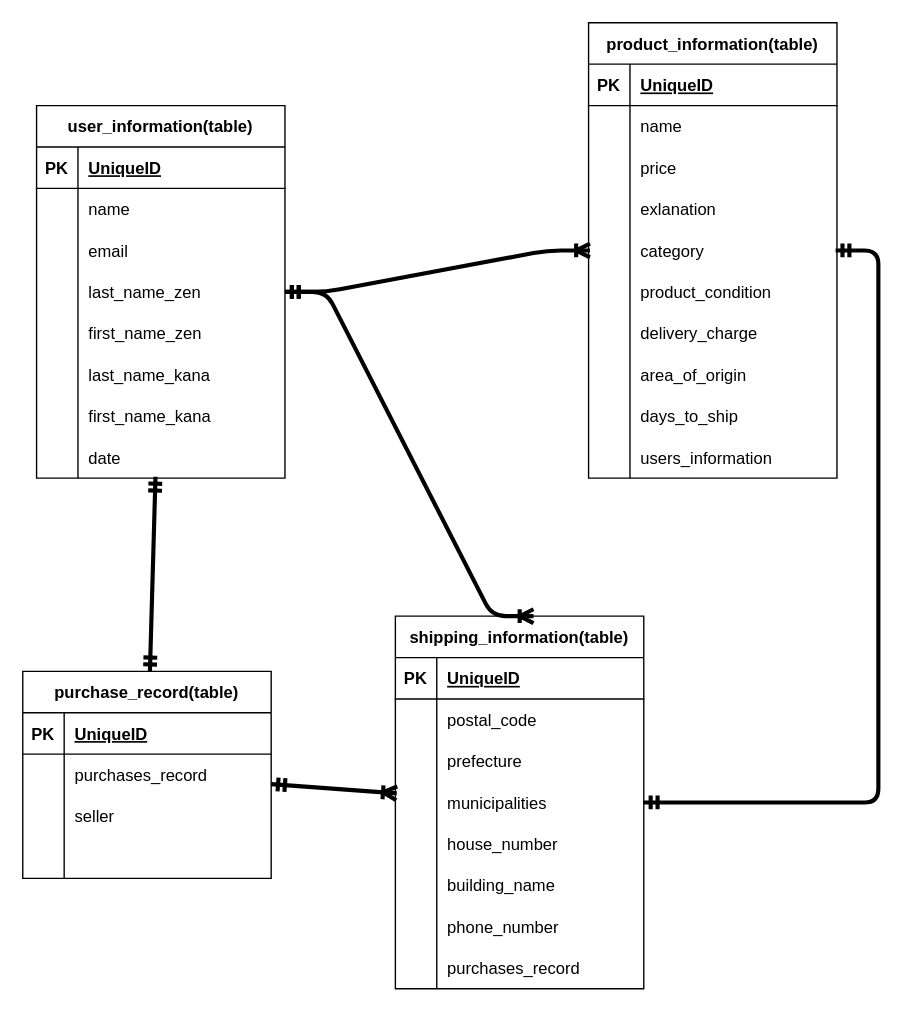
nemuo1208/furima-40138 keeps this draw.io diagram as furima.dio. Above is the earlier version. Source tidied: cells renumbered, new cells numbered last; positions are measured from the earlier drawing's top-left corner, leaving out a move shared by most shapes. Both pictures are drawn from the tidied source at 138%, with x=0, y=0 at pixel (22, 22).
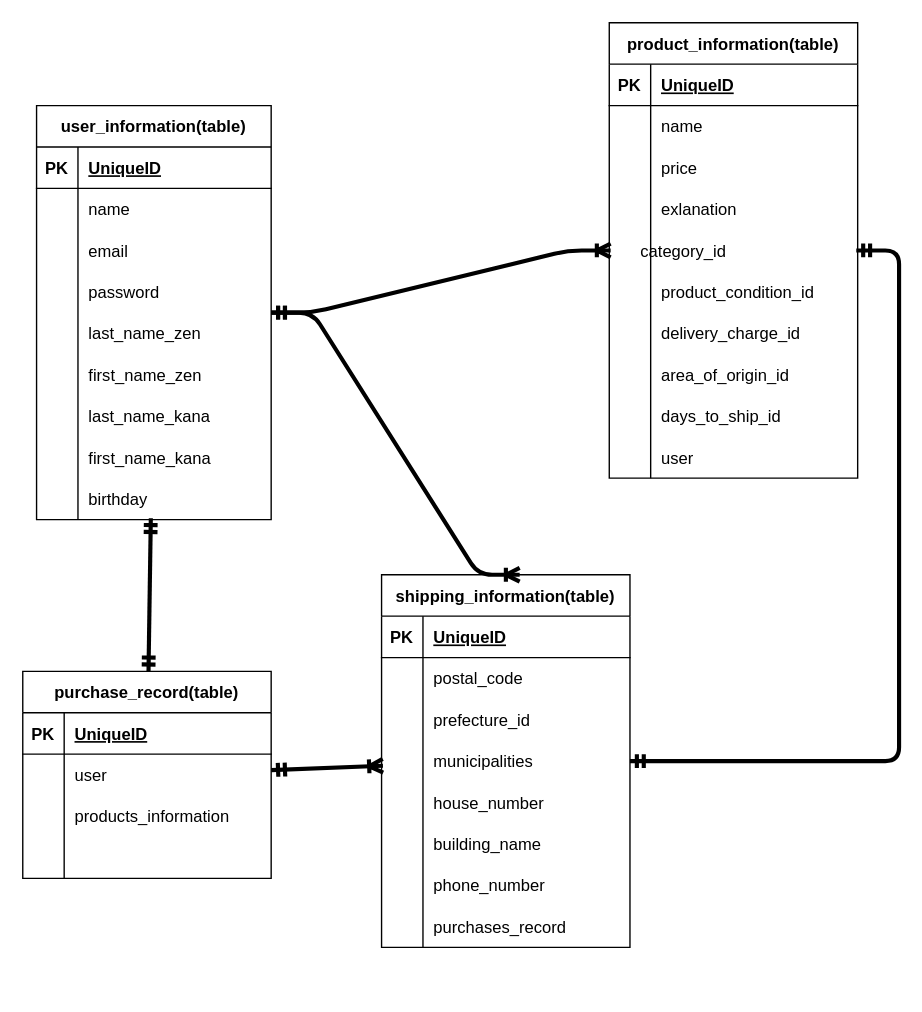
Above is the later version.

Commit message (it also covers changes not shown here):
データーベース5

The change refers to these unchanged cells:
```xml
<mxCell id="43" style="shape=tableRow;horizontal=0;startSize=0;swimlaneHead=0;swimlaneBody=0;fillColor=none;top=0;left=0;right=0;bottom=0;" parent="27" vertex="1">
  <mxGeometry y="180" width="180" height="30" as="geometry" />
</mxCell>
<mxCell id="46" style="shape=tableRow;horizontal=0;startSize=0;swimlaneHead=0;swimlaneBody=0;fillColor=none;top=0;left=0;right=0;bottom=0;" parent="27" vertex="1">
  <mxGeometry y="210" width="180" height="30" as="geometry" />
</mxCell>
<mxCell id="49" style="shape=tableRow;horizontal=0;startSize=0;swimlaneHead=0;swimlaneBody=0;fillColor=none;top=0;left=0;right=0;bottom=0;" parent="27" vertex="1">
  <mxGeometry y="240" width="180" height="30" as="geometry" />
</mxCell>
<mxCell id="52" style="shape=tableRow;horizontal=0;startSize=0;swimlaneHead=0;swimlaneBody=0;fillColor=none;top=0;left=0;right=0;bottom=0;" parent="27" vertex="1">
  <mxGeometry y="270" width="180" height="30" as="geometry" />
</mxCell>
<mxCell id="55" style="shape=tableRow;horizontal=0;startSize=0;swimlaneHead=0;swimlaneBody=0;fillColor=none;top=0;left=0;right=0;bottom=0;" parent="27" vertex="1">
  <mxGeometry y="300" width="180" height="30" as="geometry" />
</mxCell>
<mxCell id="62" style="shape=tableRow;horizontal=0;startSize=0;swimlaneHead=0;swimlaneBody=0;fillColor=none;top=0;left=0;right=0;bottom=0;" parent="58" vertex="1">
  <mxGeometry y="60" width="180" height="30" as="geometry" />
</mxCell>
<mxCell id="65" style="shape=tableRow;horizontal=0;startSize=0;swimlaneHead=0;swimlaneBody=0;fillColor=none;top=0;left=0;right=0;bottom=0;" parent="58" vertex="1">
  <mxGeometry y="90" width="180" height="30" as="geometry" />
</mxCell>
<mxCell id="78" style="shape=tableRow;horizontal=0;startSize=0;swimlaneHead=0;swimlaneBody=0;fillColor=none;top=0;left=0;right=0;bottom=0;" parent="71" vertex="1">
  <mxGeometry y="90" width="180" height="30" as="geometry" />
</mxCell>
```

What changed in the source:
```diff
@@
     <mxCell id="2" value="user_information(table)" style="shape=table;startSize=30;childLayout=tableLayout;rowLines=0;fontStyle=1;align=center;verticalAlign=middle;" parent="1" vertex="1">
-      <mxGeometry x="10" y="60" width="180" height="270" as="geometry" />
+      <mxGeometry x="10" y="60" width="170" height="300" as="geometry" />
     </mxCell>
     <mxCell id="3" style="shape=tableRow;horizontal=0;startSize=0;swimlaneHead=0;swimlaneBody=0;fillColor=none;top=0;left=0;right=0;bottom=1;" parent="2" vertex="1">
-      <mxGeometry y="30" width="180" height="30" as="geometry" />
+      <mxGeometry y="30" width="170" height="30" as="geometry" />
     </mxCell>
@@
     <mxCell id="5" value="UniqueID" style="shape=partialRectangle;fillColor=none;top=0;left=0;bottom=0;right=0;align=left;spacingLeft=6;fontStyle=5;overflow=hidden;" parent="3" vertex="1">
-      <mxGeometry x="30" width="150" height="30" as="geometry" />
+      <mxGeometry x="30" width="140" height="30" as="geometry" />
     </mxCell>
     <mxCell id="6" style="shape=tableRow;horizontal=0;startSize=0;swimlaneHead=0;swimlaneBody=0;fillColor=none;top=0;left=0;right=0;bottom=0;" parent="2" vertex="1">
-      <mxGeometry y="60" width="180" height="30" as="geometry" />
+      <mxGeometry y="60" width="170" height="30" as="geometry" />
     </mxCell>
@@
     <mxCell id="8" value="name" style="shape=partialRectangle;fillColor=none;top=0;left=0;bottom=0;right=0;align=left;spacingLeft=6;overflow=hidden;" parent="6" vertex="1">
-      <mxGeometry x="30" width="150" height="30" as="geometry" />
+      <mxGeometry x="30" width="140" height="30" as="geometry" />
     </mxCell>
     <mxCell id="9" style="shape=tableRow;horizontal=0;startSize=0;swimlaneHead=0;swimlaneBody=0;fillColor=none;top=0;left=0;right=0;bottom=0;" parent="2" vertex="1">
-      <mxGeometry y="90" width="180" height="30" as="geometry" />
+      <mxGeometry y="90" width="170" height="30" as="geometry" />
     </mxCell>
@@
     <mxCell id="11" value="email " style="shape=partialRectangle;fillColor=none;top=0;left=0;bottom=0;right=0;align=left;spacingLeft=6;overflow=hidden;" parent="9" vertex="1">
-      <mxGeometry x="30" width="150" height="30" as="geometry" />
+      <mxGeometry x="30" width="140" height="30" as="geometry" />
     </mxCell>
+    <mxCell id="102" style="shape=tableRow;horizontal=0;startSize=0;swimlaneHead=0;swimlaneBody=0;fillColor=none;top=0;left=0;right=0;bottom=0;" parent="2" vertex="1">
+      <mxGeometry y="120" width="170" height="30" as="geometry" />
+    </mxCell>
+    <mxCell id="103" style="shape=partialRectangle;fillColor=none;top=0;left=0;bottom=0;right=0;overflow=hidden;" parent="102" vertex="1">
+      <mxGeometry width="30" height="30" as="geometry" />
+    </mxCell>
+    <mxCell id="104" value="password" style="shape=partialRectangle;fillColor=none;top=0;left=0;bottom=0;right=0;align=left;spacingLeft=6;overflow=hidden;" parent="102" vertex="1">
+      <mxGeometry x="30" width="140" height="30" as="geometry" />
+    </mxCell>
     <mxCell id="12" style="shape=tableRow;horizontal=0;startSize=0;swimlaneHead=0;swimlaneBody=0;fillColor=none;top=0;left=0;right=0;bottom=0;" parent="2" vertex="1">
-      <mxGeometry y="120" width="180" height="30" as="geometry" />
+      <mxGeometry y="150" width="170" height="30" as="geometry" />
     </mxCell>
@@
     <mxCell id="14" value="last_name_zen    " style="shape=partialRectangle;fillColor=none;top=0;left=0;bottom=0;right=0;align=left;spacingLeft=6;overflow=hidden;verticalAlign=middle;" parent="12" vertex="1">
-      <mxGeometry x="30" width="150" height="30" as="geometry" />
+      <mxGeometry x="30" width="140" height="30" as="geometry" />
     </mxCell>
     <mxCell id="15" style="shape=tableRow;horizontal=0;startSize=0;swimlaneHead=0;swimlaneBody=0;fillColor=none;top=0;left=0;right=0;bottom=0;" parent="2" vertex="1">
-      <mxGeometry y="150" width="180" height="30" as="geometry" />
+      <mxGeometry y="180" width="170" height="30" as="geometry" />
     </mxCell>
@@
     <mxCell id="17" value="first_name_zen" style="shape=partialRectangle;fillColor=none;top=0;left=0;bottom=0;right=0;align=left;spacingLeft=6;overflow=hidden;verticalAlign=middle;" parent="15" vertex="1">
-      <mxGeometry x="30" width="150" height="30" as="geometry" />
+      <mxGeometry x="30" width="140" height="30" as="geometry" />
     </mxCell>
     <mxCell id="18" style="shape=tableRow;horizontal=0;startSize=0;swimlaneHead=0;swimlaneBody=0;fillColor=none;top=0;left=0;right=0;bottom=0;" parent="2" vertex="1">
-      <mxGeometry y="180" width="180" height="30" as="geometry" />
+      <mxGeometry y="210" width="170" height="30" as="geometry" />
     </mxCell>
@@
     <mxCell id="20" value="last_name_kana" style="shape=partialRectangle;fillColor=none;top=0;left=0;bottom=0;right=0;align=left;spacingLeft=6;overflow=hidden;verticalAlign=middle;" parent="18" vertex="1">
-      <mxGeometry x="30" width="150" height="30" as="geometry" />
+      <mxGeometry x="30" width="140" height="30" as="geometry" />
     </mxCell>
     <mxCell id="21" style="shape=tableRow;horizontal=0;startSize=0;swimlaneHead=0;swimlaneBody=0;fillColor=none;top=0;left=0;right=0;bottom=0;" parent="2" vertex="1">
-      <mxGeometry y="210" width="180" height="30" as="geometry" />
+      <mxGeometry y="240" width="170" height="30" as="geometry" />
     </mxCell>
@@
     <mxCell id="23" value="first_name_kana" style="shape=partialRectangle;fillColor=none;top=0;left=0;bottom=0;right=0;align=left;spacingLeft=6;overflow=hidden;verticalAlign=middle;" parent="21" vertex="1">
-      <mxGeometry x="30" width="150" height="30" as="geometry" />
+      <mxGeometry x="30" width="140" height="30" as="geometry" />
     </mxCell>
     <mxCell id="24" style="shape=tableRow;horizontal=0;startSize=0;swimlaneHead=0;swimlaneBody=0;fillColor=none;top=0;left=0;right=0;bottom=0;" parent="2" vertex="1">
-      <mxGeometry y="240" width="180" height="30" as="geometry" />
+      <mxGeometry y="270" width="170" height="30" as="geometry" />
     </mxCell>
@@
-    <mxCell id="26" value="date" style="shape=partialRectangle;fillColor=none;top=0;left=0;bottom=0;right=0;align=left;spacingLeft=6;overflow=hidden;verticalAlign=middle;" parent="24" vertex="1">
-      <mxGeometry x="30" width="150" height="30" as="geometry" />
+    <mxCell id="26" value="birthday" style="shape=partialRectangle;fillColor=none;top=0;left=0;bottom=0;right=0;align=left;spacingLeft=6;overflow=hidden;verticalAlign=middle;" parent="24" vertex="1">
+      <mxGeometry x="30" width="140" height="30" as="geometry" />
     </mxCell>
     <mxCell id="27" value="product_information(table)" style="shape=table;startSize=30;childLayout=tableLayout;rowLines=0;fontStyle=1;align=center;" parent="1" vertex="1">
-      <mxGeometry x="410" width="180" height="330" as="geometry" />
+      <mxGeometry x="425" width="180" height="330" as="geometry" />
     </mxCell>
@@
-    <mxCell id="45" value="product_condition" style="shape=partialRectangle;fillColor=none;top=0;left=0;bottom=0;right=0;align=left;spacingLeft=6;overflow=hidden;" parent="43" vertex="1">
+    <mxCell id="45" value="product_condition_id" style="shape=partialRectangle;fillColor=none;top=0;left=0;bottom=0;right=0;align=left;spacingLeft=6;overflow=hidden;" parent="43" vertex="1">
       <mxGeometry x="30" width="150" height="30" as="geometry" />
     </mxCell>
@@
-    <mxCell id="48" value="delivery_charge " style="shape=partialRectangle;fillColor=none;top=0;left=0;bottom=0;right=0;align=left;spacingLeft=6;overflow=hidden;" parent="46" vertex="1">
+    <mxCell id="48" value="delivery_charge_id" style="shape=partialRectangle;fillColor=none;top=0;left=0;bottom=0;right=0;align=left;spacingLeft=6;overflow=hidden;" parent="46" vertex="1">
       <mxGeometry x="30" width="150" height="30" as="geometry" />
     </mxCell>
@@
-    <mxCell id="51" value="area_of_origin" style="shape=partialRectangle;fillColor=none;top=0;left=0;bottom=0;right=0;align=left;spacingLeft=6;overflow=hidden;verticalAlign=middle;" parent="49" vertex="1">
+    <mxCell id="51" value="area_of_origin_id" style="shape=partialRectangle;fillColor=none;top=0;left=0;bottom=0;right=0;align=left;spacingLeft=6;overflow=hidden;verticalAlign=middle;" parent="49" vertex="1">
       <mxGeometry x="30" width="150" height="30" as="geometry" />
     </mxCell>
@@
-    <mxCell id="54" value="days_to_ship " style="shape=partialRectangle;fillColor=none;top=0;left=0;bottom=0;right=0;align=left;spacingLeft=6;overflow=hidden;" parent="52" vertex="1">
+    <mxCell id="54" value="days_to_ship_id" style="shape=partialRectangle;fillColor=none;top=0;left=0;bottom=0;right=0;align=left;spacingLeft=6;overflow=hidden;" parent="52" vertex="1">
       <mxGeometry x="30" width="150" height="30" as="geometry" />
     </mxCell>
@@
-    <mxCell id="57" value="users_information" style="shape=partialRectangle;fillColor=none;top=0;left=0;bottom=0;right=0;align=left;spacingLeft=6;overflow=hidden;" parent="55" vertex="1">
+    <mxCell id="57" value="user" style="shape=partialRectangle;fillColor=none;top=0;left=0;bottom=0;right=0;align=left;spacingLeft=6;overflow=hidden;" parent="55" vertex="1">
       <mxGeometry x="30" width="150" height="30" as="geometry" />
     </mxCell>
@@
-    <mxCell id="64" value="purchases_record " style="shape=partialRectangle;fillColor=none;top=0;left=0;bottom=0;right=0;align=left;spacingLeft=6;overflow=hidden;" parent="62" vertex="1">
+    <mxCell id="64" value="user" style="shape=partialRectangle;fillColor=none;top=0;left=0;bottom=0;right=0;align=left;spacingLeft=6;overflow=hidden;" parent="62" vertex="1">
       <mxGeometry x="30" width="150" height="30" as="geometry" />
     </mxCell>
@@
-    <mxCell id="67" value="seller" style="shape=partialRectangle;fillColor=none;top=0;left=0;bottom=0;right=0;align=left;spacingLeft=6;overflow=hidden;" parent="65" vertex="1">
+    <mxCell id="67" value="products_information" style="shape=partialRectangle;fillColor=none;top=0;left=0;bottom=0;right=0;align=left;spacingLeft=6;overflow=hidden;" parent="65" vertex="1">
       <mxGeometry x="30" width="150" height="30" as="geometry" />
     </mxCell>
@@
     <mxCell id="71" value="shipping_information(table)" style="shape=table;startSize=30;childLayout=tableLayout;rowLines=0;fontStyle=1;align=center;" parent="1" vertex="1">
-      <mxGeometry x="270" y="430" width="180" height="270" as="geometry" />
+      <mxGeometry x="260" y="400" width="180" height="270" as="geometry" />
     </mxCell>
@@
-    <mxCell id="80" value="prefecture   " style="shape=partialRectangle;fillColor=none;top=0;left=0;bottom=0;right=0;align=left;spacingLeft=6;overflow=hidden;" parent="78" vertex="1">
+    <mxCell id="80" value="prefecture_id" style="shape=partialRectangle;fillColor=none;top=0;left=0;bottom=0;right=0;align=left;spacingLeft=6;overflow=hidden;" parent="78" vertex="1">
       <mxGeometry x="30" width="150" height="30" as="geometry" />
     </mxCell>
@@
-    <mxCell id="101" value="category" style="shape=partialRectangle;fillColor=none;top=0;left=0;bottom=0;right=0;align=left;spacingLeft=6;overflow=hidden;" parent="1" vertex="1">
+    <mxCell id="101" value="category_id" style="shape=partialRectangle;fillColor=none;top=0;left=0;bottom=0;right=0;align=left;spacingLeft=6;overflow=hidden;" parent="1" vertex="1">
       <mxGeometry x="440" y="150" width="150" height="30" as="geometry" />
     </mxCell>
```
